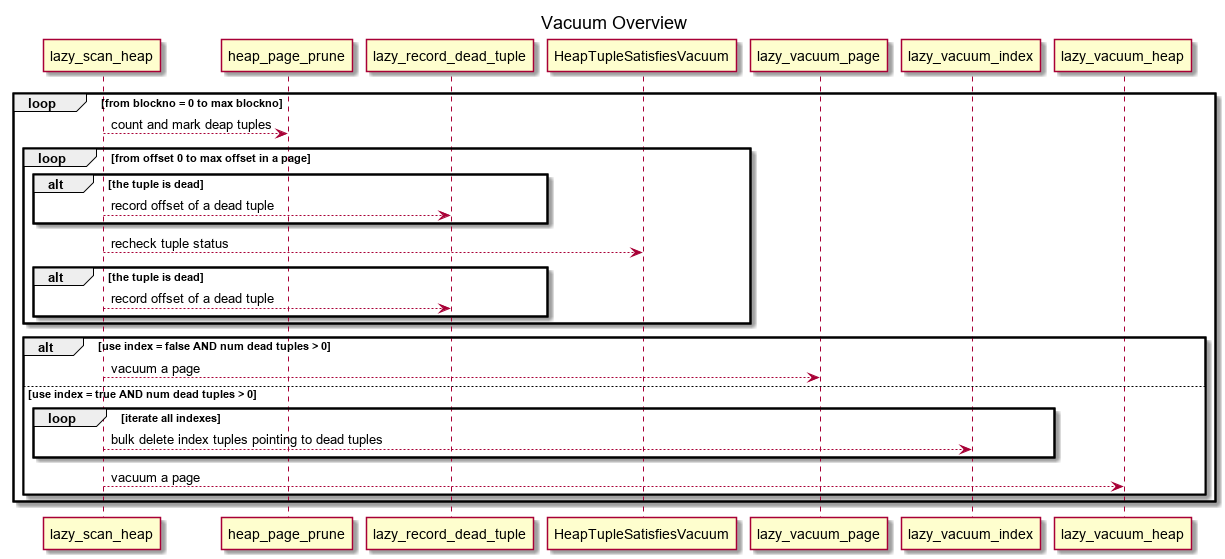
This is vacuum_overview/Vacuum Overview.png from zyake/postgres_analysis, a PlantUML export, as it was before one commit. The source it was exported from:
```plantuml
@startuml
title Vacuum Overview

loop from blockno = 0 to max blockno
    lazy_scan_heap --> heap_page_prune : count and mark deap tuples
    loop from offset 0 to max offset in a page
        alt the tuple is dead
            lazy_scan_heap --> lazy_record_dead_tuple : record offset of a dead tuple
        end

        lazy_scan_heap --> HeapTupleSatisfiesVacuum : recheck tuple status
        alt the tuple is dead
            lazy_scan_heap --> lazy_record_dead_tuple : record offset of a dead tuple
        end
    end

    alt use index = false AND num dead tuples > 0
        lazy_scan_heap --> lazy_vacuum_page : vacuum a page
    else use index = true AND num dead tuples > 0
        loop iterate all indexes
            lazy_scan_heap --> lazy_vacuum_index : bulk delete index tuples pointing to dead tuples
        end

        lazy_scan_heap --> lazy_vacuum_heap : vacuum a page
    end
end
@enduml
```
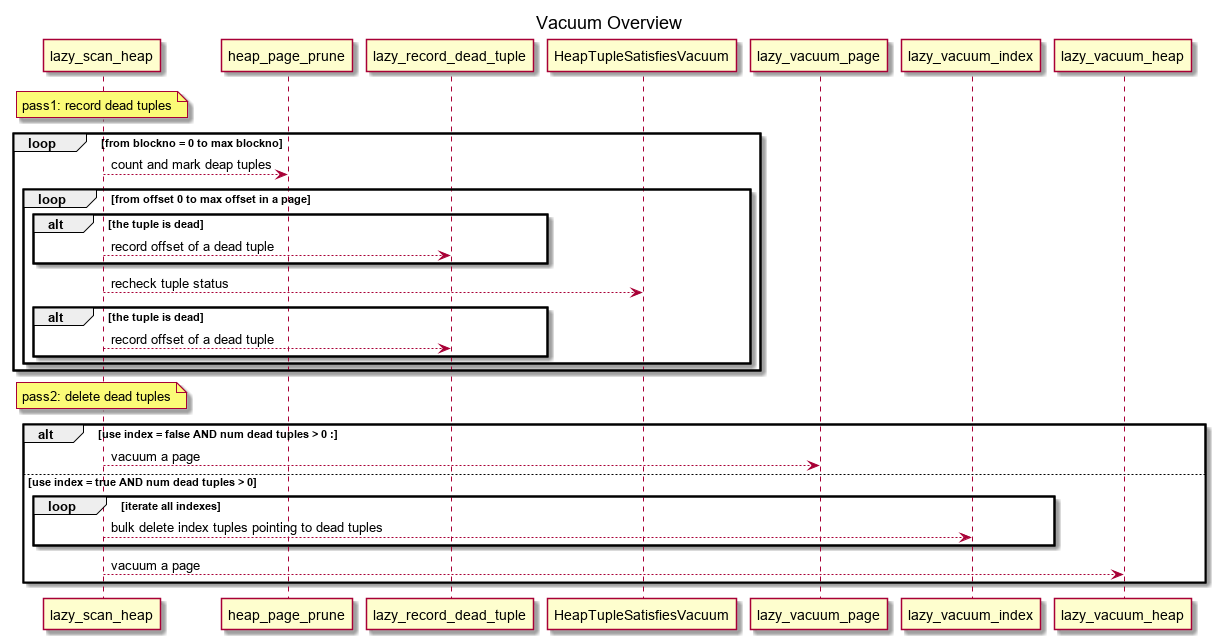
After the commit.

Commit message:
correct diagram.

Diff of the diagram source:
```diff
@@ -1,6 +1,7 @@
 @startuml
 title Vacuum Overview
 
+note over lazy_scan_heap: pass1: record dead tuples
 loop from blockno = 0 to max blockno
     lazy_scan_heap --> heap_page_prune : count and mark deap tuples
     loop from offset 0 to max offset in a page
@@ -13,15 +14,16 @@
             lazy_scan_heap --> lazy_record_dead_tuple : record offset of a dead tuple
         end
     end
+end
 
-    alt use index = false AND num dead tuples > 0
-        lazy_scan_heap --> lazy_vacuum_page : vacuum a page
-    else use index = true AND num dead tuples > 0
-        loop iterate all indexes
-            lazy_scan_heap --> lazy_vacuum_index : bulk delete index tuples pointing to dead tuples
-        end
+note over lazy_scan_heap: pass2: delete dead tuples
+alt use index = false AND num dead tuples > 0 :
+    lazy_scan_heap --> lazy_vacuum_page : vacuum a page
+else use index = true AND num dead tuples > 0
+    loop iterate all indexes
+        lazy_scan_heap --> lazy_vacuum_index : bulk delete index tuples pointing to dead tuples
+    end
 
-        lazy_scan_heap --> lazy_vacuum_heap : vacuum a page
-    end
+    lazy_scan_heap --> lazy_vacuum_heap : vacuum a page
 end
 @enduml
```
